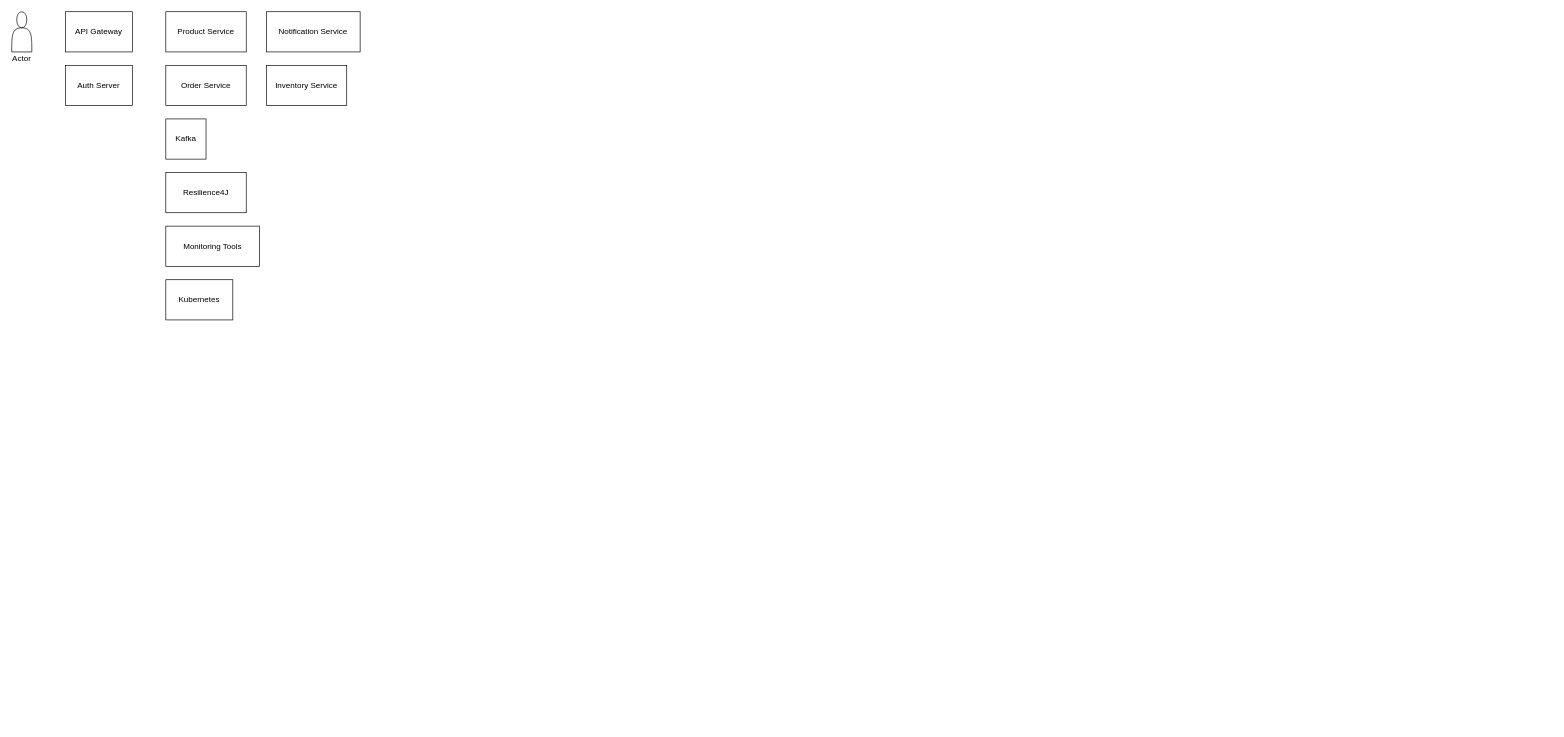
geek070/spring-boot-3-microservices-pet keeps this draw.io diagram as docs/arch.drawio. Above is the earlier version. Source tidied: cells renumbered, new cells numbered last; positions are measured from the earlier drawing's top-left corner, leaving out a move shared by most shapes. Both pictures are drawn from the tidied source at 67%, with x=0, y=0 at pixel (11, 11).
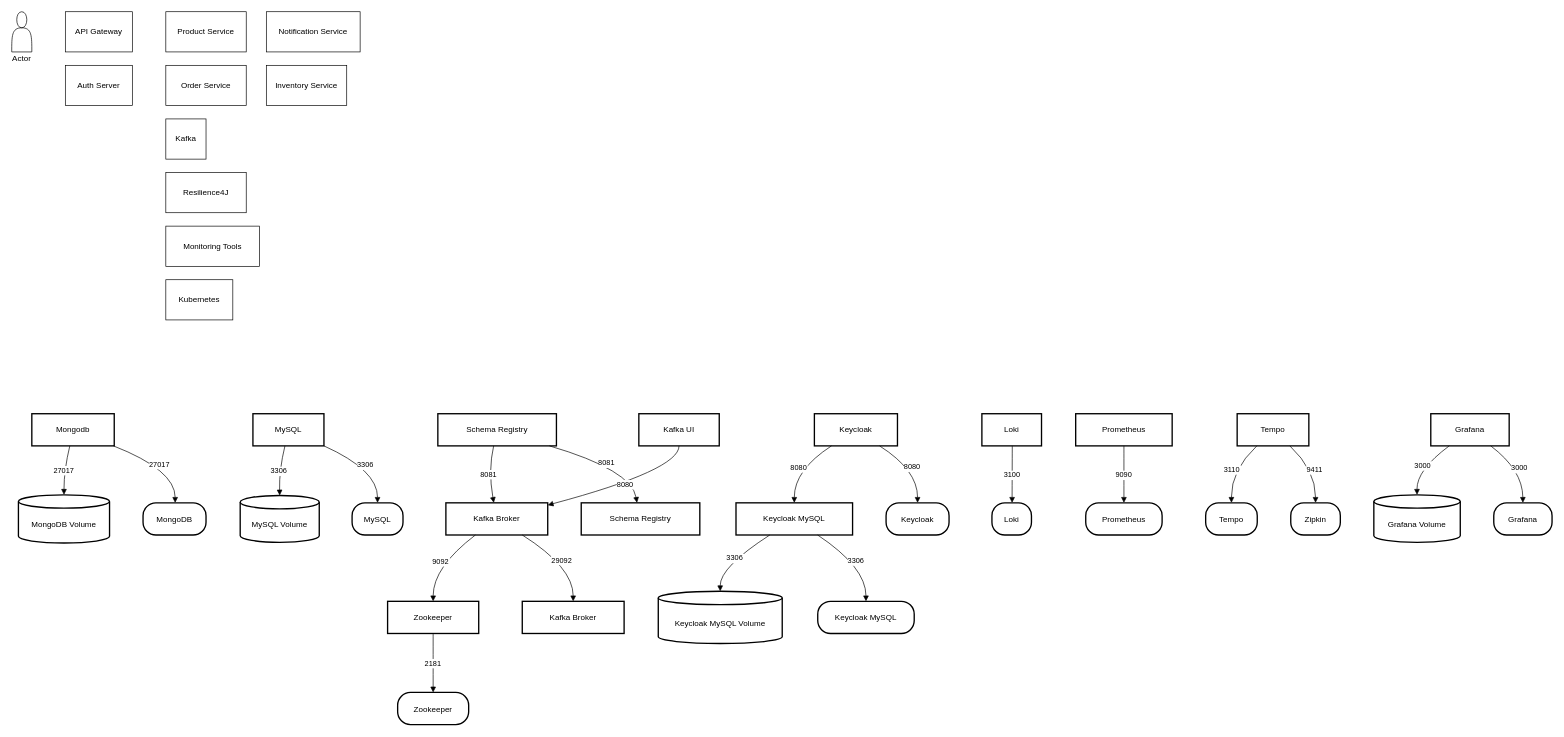
Above is the later version.

Change to the diagram source:
```diff
@@
+    <mxCell id="14" value="Mongodb" style="whiteSpace=wrap;strokeWidth=2;" parent="1" vertex="1">
+      <mxGeometry x="30" y="600" width="123" height="48" as="geometry" />
+    </mxCell>
+    <mxCell id="15" value="MongoDB Volume" style="shape=cylinder3;boundedLbl=1;backgroundOutline=1;size=10;strokeWidth=2;whiteSpace=wrap;" parent="1" vertex="1">
+      <mxGeometry x="10" y="721" width="136" height="72" as="geometry" />
+    </mxCell>
+    <mxCell id="16" value="MongoDB" style="rounded=1;arcSize=40;strokeWidth=2;" parent="1" vertex="1">
+      <mxGeometry x="196" y="733" width="94" height="48" as="geometry" />
+    </mxCell>
+    <mxCell id="17" value="MySQL" style="whiteSpace=wrap;strokeWidth=2;" parent="1" vertex="1">
+      <mxGeometry x="360" y="600" width="106" height="48" as="geometry" />
+    </mxCell>
+    <mxCell id="18" value="MySQL Volume" style="shape=cylinder3;boundedLbl=1;backgroundOutline=1;size=10;strokeWidth=2;whiteSpace=wrap;" parent="1" vertex="1">
+      <mxGeometry x="341" y="722" width="118" height="70" as="geometry" />
+    </mxCell>
+    <mxCell id="19" value="MySQL" style="rounded=1;arcSize=40;strokeWidth=2;" parent="1" vertex="1">
+      <mxGeometry x="508" y="733" width="76" height="48" as="geometry" />
+    </mxCell>
+    <mxCell id="20" value="Keycloak MySQL" style="whiteSpace=wrap;strokeWidth=2;" parent="1" vertex="1">
+      <mxGeometry x="1081" y="733" width="174" height="48" as="geometry" />
+    </mxCell>
+    <mxCell id="21" value="Keycloak MySQL Volume" style="shape=cylinder3;boundedLbl=1;backgroundOutline=1;size=10;strokeWidth=2;whiteSpace=wrap;" parent="1" vertex="1">
+      <mxGeometry x="965" y="865" width="185" height="78" as="geometry" />
+    </mxCell>
+    <mxCell id="22" value="Keycloak MySQL" style="rounded=1;arcSize=40;strokeWidth=2;" parent="1" vertex="1">
+      <mxGeometry x="1203" y="880" width="144" height="48" as="geometry" />
+    </mxCell>
+    <mxCell id="23" value="Zookeeper" style="whiteSpace=wrap;strokeWidth=2;" parent="1" vertex="1">
+      <mxGeometry x="561" y="880" width="136" height="48" as="geometry" />
+    </mxCell>
+    <mxCell id="24" value="Zookeeper" style="rounded=1;arcSize=40;strokeWidth=2;" parent="1" vertex="1">
+      <mxGeometry x="576" y="1016" width="106" height="48" as="geometry" />
+    </mxCell>
+    <mxCell id="25" value="Kafka Broker" style="whiteSpace=wrap;strokeWidth=2;" parent="1" vertex="1">
+      <mxGeometry x="648" y="733" width="152" height="48" as="geometry" />
+    </mxCell>
+    <mxCell id="26" value="Kafka Broker" style="whiteSpace=wrap;strokeWidth=2;" parent="1" vertex="1">
+      <mxGeometry x="762" y="880" width="152" height="48" as="geometry" />
+    </mxCell>
+    <mxCell id="27" value="Schema Registry" style="whiteSpace=wrap;strokeWidth=2;" parent="1" vertex="1">
+      <mxGeometry x="636" y="600" width="177" height="48" as="geometry" />
+    </mxCell>
+    <mxCell id="28" value="Schema Registry" style="whiteSpace=wrap;strokeWidth=2;" parent="1" vertex="1">
+      <mxGeometry x="850" y="733" width="177" height="48" as="geometry" />
+    </mxCell>
+    <mxCell id="29" value="Kafka UI" style="whiteSpace=wrap;strokeWidth=2;" parent="1" vertex="1">
+      <mxGeometry x="936" y="600" width="120" height="48" as="geometry" />
+    </mxCell>
+    <mxCell id="30" value="Keycloak" style="whiteSpace=wrap;strokeWidth=2;" parent="1" vertex="1">
+      <mxGeometry x="1198" y="600" width="124" height="48" as="geometry" />
+    </mxCell>
+    <mxCell id="31" value="Keycloak" style="rounded=1;arcSize=40;strokeWidth=2;" parent="1" vertex="1">
+      <mxGeometry x="1305" y="733" width="94" height="48" as="geometry" />
+    </mxCell>
+    <mxCell id="32" value="Loki" style="whiteSpace=wrap;strokeWidth=2;" parent="1" vertex="1">
+      <mxGeometry x="1448" y="600" width="89" height="48" as="geometry" />
+    </mxCell>
+    <mxCell id="33" value="Loki" style="rounded=1;arcSize=40;strokeWidth=2;" parent="1" vertex="1">
+      <mxGeometry x="1463" y="733" width="59" height="48" as="geometry" />
+    </mxCell>
+    <mxCell id="34" value="Prometheus" style="whiteSpace=wrap;strokeWidth=2;" parent="1" vertex="1">
+      <mxGeometry x="1588" y="600" width="144" height="48" as="geometry" />
+    </mxCell>
+    <mxCell id="35" value="Prometheus" style="rounded=1;arcSize=40;strokeWidth=2;" parent="1" vertex="1">
+      <mxGeometry x="1603" y="733" width="114" height="48" as="geometry" />
+    </mxCell>
+    <mxCell id="36" value="Tempo" style="whiteSpace=wrap;strokeWidth=2;" parent="1" vertex="1">
+      <mxGeometry x="1829" y="600" width="107" height="48" as="geometry" />
+    </mxCell>
+    <mxCell id="37" value="Tempo" style="rounded=1;arcSize=40;strokeWidth=2;" parent="1" vertex="1">
+      <mxGeometry x="1782" y="733" width="77" height="48" as="geometry" />
+    </mxCell>
+    <mxCell id="38" value="Zipkin" style="rounded=1;arcSize=40;strokeWidth=2;" parent="1" vertex="1">
+      <mxGeometry x="1909" y="733" width="74" height="48" as="geometry" />
+    </mxCell>
+    <mxCell id="39" value="Grafana" style="whiteSpace=wrap;strokeWidth=2;" parent="1" vertex="1">
+      <mxGeometry x="2118" y="600" width="117" height="48" as="geometry" />
+    </mxCell>
+    <mxCell id="40" value="Grafana Volume" style="shape=cylinder3;boundedLbl=1;backgroundOutline=1;size=10;strokeWidth=2;whiteSpace=wrap;" parent="1" vertex="1">
+      <mxGeometry x="2033" y="721" width="129" height="71" as="geometry" />
+    </mxCell>
+    <mxCell id="41" value="Grafana" style="rounded=1;arcSize=40;strokeWidth=2;" parent="1" vertex="1">
+      <mxGeometry x="2212" y="733" width="87" height="48" as="geometry" />
+    </mxCell>
+    <mxCell id="42" value="27017" style="curved=1;startArrow=none;endArrow=block;exitX=0.46;exitY=1.01;entryX=0.5;entryY=-0.01;rounded=0;" parent="1" edge="1" source="14" target="15">
+      <mxGeometry relative="1" as="geometry">
+        <Array as="points">
+          <mxPoint x="78" y="684" />
+        </Array>
+      </mxGeometry>
+    </mxCell>
+    <mxCell id="43" value="27017" style="curved=1;startArrow=none;endArrow=block;exitX=1;exitY=1.01;entryX=0.51;entryY=-0.01;rounded=0;" parent="1" edge="1" source="14" target="16">
+      <mxGeometry relative="1" as="geometry">
+        <Array as="points">
+          <mxPoint x="244" y="684" />
+        </Array>
+      </mxGeometry>
+    </mxCell>
+    <mxCell id="44" value="3306" style="curved=1;startArrow=none;endArrow=block;exitX=0.45;exitY=1.01;entryX=0.5;entryY=0;rounded=0;" parent="1" edge="1" source="17" target="18">
+      <mxGeometry relative="1" as="geometry">
+        <Array as="points">
+          <mxPoint x="399" y="684" />
+        </Array>
+      </mxGeometry>
+    </mxCell>
+    <mxCell id="45" value="3306" style="curved=1;startArrow=none;endArrow=block;exitX=1;exitY=1;entryX=0.5;entryY=-0.01;rounded=0;" parent="1" edge="1" source="17" target="19">
+      <mxGeometry relative="1" as="geometry">
+        <Array as="points">
+          <mxPoint x="546" y="684" />
+        </Array>
+      </mxGeometry>
+    </mxCell>
+    <mxCell id="46" value="3306" style="curved=1;startArrow=none;endArrow=block;exitX=0.29;exitY=1;entryX=0.5;entryY=0;rounded=0;" parent="1" edge="1" source="20" target="21">
+      <mxGeometry relative="1" as="geometry">
+        <Array as="points">
+          <mxPoint x="1057" y="829" />
+        </Array>
+      </mxGeometry>
+    </mxCell>
+    <mxCell id="47" value="3306" style="curved=1;startArrow=none;endArrow=block;exitX=0.7;exitY=1;entryX=0.5;entryY=0;rounded=0;" parent="1" edge="1" source="20" target="22">
+      <mxGeometry relative="1" as="geometry">
+        <Array as="points">
+          <mxPoint x="1275" y="829" />
+        </Array>
+      </mxGeometry>
+    </mxCell>
+    <mxCell id="48" value="2181" style="curved=1;startArrow=none;endArrow=block;exitX=0.5;exitY=1.01;entryX=0.5;entryY=-0.01;rounded=0;" parent="1" edge="1" source="23" target="24">
+      <mxGeometry relative="1" as="geometry" />
+    </mxCell>
+    <mxCell id="49" value="9092" style="curved=1;startArrow=none;endArrow=block;exitX=0.29;exitY=1;entryX=0.5;entryY=0;rounded=0;" parent="1" edge="1" source="25" target="23">
+      <mxGeometry relative="1" as="geometry">
+        <Array as="points">
+          <mxPoint x="629" y="829" />
+        </Array>
+      </mxGeometry>
+    </mxCell>
+    <mxCell id="50" value="29092" style="curved=1;startArrow=none;endArrow=block;exitX=0.75;exitY=1;entryX=0.5;entryY=0;rounded=0;" parent="1" edge="1" source="25" target="26">
+      <mxGeometry relative="1" as="geometry">
+        <Array as="points">
+          <mxPoint x="838" y="829" />
+        </Array>
+      </mxGeometry>
+    </mxCell>
+    <mxCell id="51" value="8081" style="curved=1;startArrow=none;endArrow=block;exitX=0.47;exitY=1.01;entryX=0.47;entryY=-0.01;rounded=0;" parent="1" edge="1" source="27" target="25">
+      <mxGeometry relative="1" as="geometry">
+        <Array as="points">
+          <mxPoint x="711" y="684" />
+        </Array>
+      </mxGeometry>
+    </mxCell>
+    <mxCell id="52" value="8081" style="curved=1;startArrow=none;endArrow=block;exitX=0.95;exitY=1.01;entryX=0.47;entryY=-0.01;rounded=0;" parent="1" edge="1" source="27" target="28">
+      <mxGeometry relative="1" as="geometry">
+        <Array as="points">
+          <mxPoint x="925" y="684" />
+        </Array>
+      </mxGeometry>
+    </mxCell>
+    <mxCell id="53" value="8080" style="curved=1;startArrow=none;endArrow=block;exitX=0.5;exitY=1.01;entryX=1;entryY=0.07;rounded=0;" parent="1" edge="1" source="29" target="25">
+      <mxGeometry relative="1" as="geometry">
+        <Array as="points">
+          <mxPoint x="996" y="684" />
+        </Array>
+      </mxGeometry>
+    </mxCell>
+    <mxCell id="54" value="8080" style="curved=1;startArrow=none;endArrow=block;exitX=0.2;exitY=1.01;entryX=0.5;entryY=-0.01;rounded=0;" parent="1" edge="1" source="30" target="20">
+      <mxGeometry relative="1" as="geometry">
+        <Array as="points">
+          <mxPoint x="1168" y="684" />
+        </Array>
+      </mxGeometry>
+    </mxCell>
+    <mxCell id="55" value="8080" style="curved=1;startArrow=none;endArrow=block;exitX=0.79;exitY=1.01;entryX=0.5;entryY=-0.01;rounded=0;" parent="1" edge="1" source="30" target="31">
+      <mxGeometry relative="1" as="geometry">
+        <Array as="points">
+          <mxPoint x="1352" y="684" />
+        </Array>
+      </mxGeometry>
+    </mxCell>
+    <mxCell id="56" value="3100" style="curved=1;startArrow=none;endArrow=block;exitX=0.51;exitY=1.01;entryX=0.51;entryY=-0.01;rounded=0;" parent="1" edge="1" source="32" target="33">
+      <mxGeometry relative="1" as="geometry" />
+    </mxCell>
+    <mxCell id="57" value="9090" style="curved=1;startArrow=none;endArrow=block;exitX=0.5;exitY=1.01;entryX=0.5;entryY=-0.01;rounded=0;" parent="1" edge="1" source="34" target="35">
+      <mxGeometry relative="1" as="geometry" />
+    </mxCell>
+    <mxCell id="58" value="3110" style="curved=1;startArrow=none;endArrow=block;exitX=0.27;exitY=1.01;entryX=0.5;entryY=-0.01;rounded=0;" parent="1" edge="1" source="36" target="37">
+      <mxGeometry relative="1" as="geometry">
+        <Array as="points">
+          <mxPoint x="1820" y="684" />
+        </Array>
+      </mxGeometry>
+    </mxCell>
+    <mxCell id="59" value="9411" style="curved=1;startArrow=none;endArrow=block;exitX=0.74;exitY=1.01;entryX=0.5;entryY=-0.01;rounded=0;" parent="1" edge="1" source="36" target="38">
+      <mxGeometry relative="1" as="geometry">
+        <Array as="points">
+          <mxPoint x="1946" y="684" />
+        </Array>
+      </mxGeometry>
+    </mxCell>
+    <mxCell id="60" value="3000" style="curved=1;startArrow=none;endArrow=block;exitX=0.23;exitY=1.01;entryX=0.5;entryY=0;rounded=0;" parent="1" edge="1" source="39" target="40">
+      <mxGeometry relative="1" as="geometry">
+        <Array as="points">
+          <mxPoint x="2097" y="684" />
+        </Array>
+      </mxGeometry>
+    </mxCell>
+    <mxCell id="61" value="3000" style="curved=1;startArrow=none;endArrow=block;exitX=0.77;exitY=1.01;entryX=0.5;entryY=-0.01;rounded=0;" parent="1" edge="1" source="39" target="41">
+      <mxGeometry relative="1" as="geometry">
+        <Array as="points">
+          <mxPoint x="2255" y="684" />
+        </Array>
+      </mxGeometry>
+    </mxCell>
```
